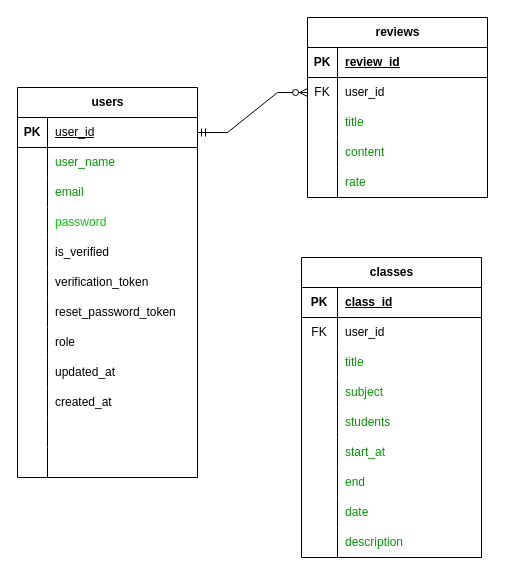
PS-G1-Lab/control-horas-api keeps this draw.io diagram as src/models/db.drawio. Above is the earlier version. Source tidied: cells renumbered, new cells numbered last; positions are measured from the earlier drawing's top-left corner, leaving out a move shared by most shapes. Both pictures are drawn from the tidied source at 100%, with x=0, y=0 at pixel (17, 17).
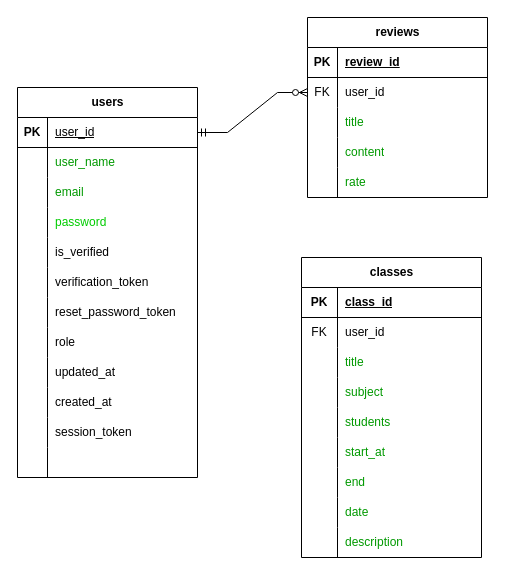
The same diagram, later.

Commit message:
Update database schema

Unchanged cells that the change refers to:
```xml
<mxCell id="33" style="shape=tableRow;horizontal=0;startSize=0;swimlaneHead=0;swimlaneBody=0;fillColor=none;top=0;left=0;right=0;bottom=0;" parent="2" vertex="1">
  <mxGeometry y="330" width="180" height="30" as="geometry" />
</mxCell>
```

What changed in the source:
```diff
@@
-    <mxCell id="35" style="shape=partialRectangle;fillColor=none;top=0;left=0;bottom=0;right=0;align=left;spacingLeft=6;overflow=hidden;whiteSpace=wrap;html=1;" parent="33" vertex="1">
+    <mxCell id="35" value="session_token" style="shape=partialRectangle;fillColor=none;top=0;left=0;bottom=0;right=0;align=left;spacingLeft=6;overflow=hidden;whiteSpace=wrap;html=1;" parent="33" vertex="1">
       <mxGeometry x="30" width="150" height="30" as="geometry" />
     </mxCell>
```
